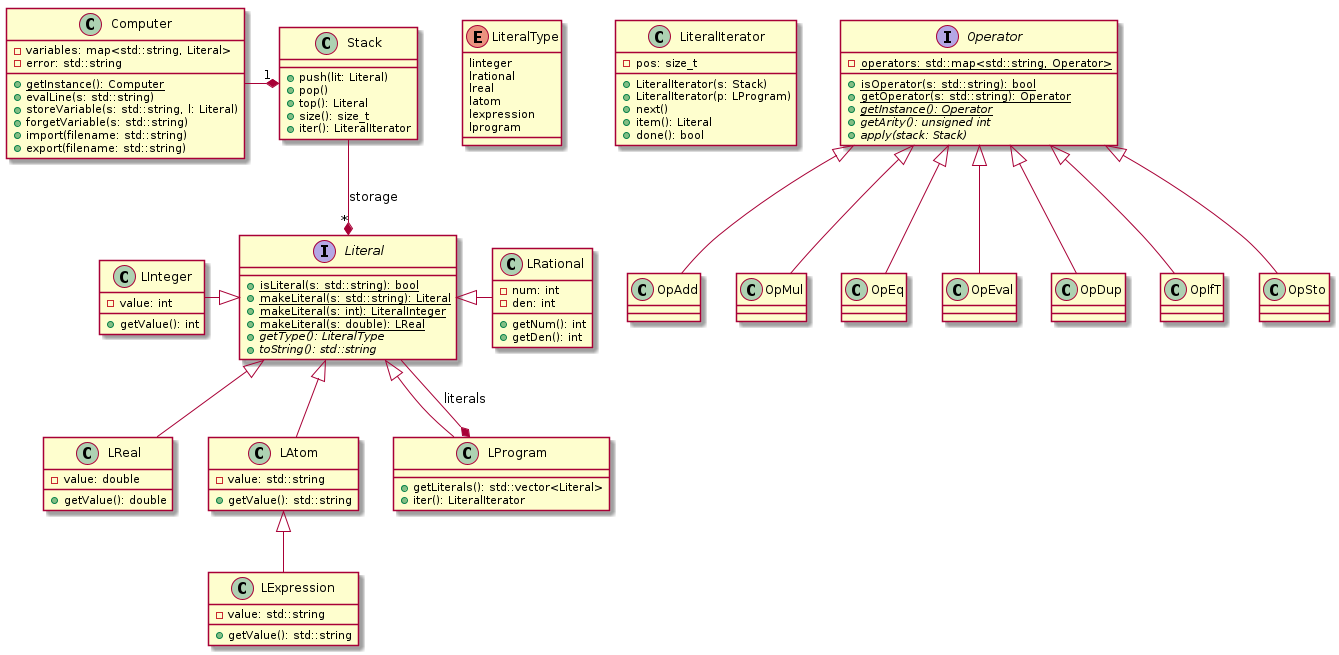
The PlantUML diagram UML/comput.png in pltheoclement/LO21, before a commit. Source of this version:
```plantuml
@startuml

class Computer{
    -variables: map<std::string, Literal>
    -error: std::string
    +{static}getInstance(): Computer
    +evalLine(s: std::string)
    +storeVariable(s: std::string, l: Literal)
    +forgetVariable(s: std::string)
    +import(filename: std::string)
    +export(filename: std::string)
}
Stack "1" *-left- Computer

enum LiteralType{
    linteger
    lrational
    lreal
    latom
    lexpression
    lprogram
}

interface Literal{
    +{static}isLiteral(s: std::string): bool
    +{static}makeLiteral(s: std::string): Literal
    +{static}makeLiteral(s: int): LiteralInteger
    +{static}makeLiteral(s: double): LReal
    +{abstract}getType(): LiteralType
    +{abstract}toString(): std::string
}

class LInteger{
    -value: int
    +getValue(): int
}
Literal <|-left- LInteger

class LRational{
    -num: int
    -den: int
    +getNum(): int
    +getDen(): int
}
Literal <|-right- LRational

class LReal{
    -value: double
    +getValue(): double
}
Literal <|-- LReal

class LAtom{
    -value: std::string
    +getValue(): std::string
}
Literal <|-- LAtom

class LExpression{
    -value: std::string
    +getValue(): std::string
}
LAtom <|-- LExpression

class LProgram{
    +getLiterals(): std::vector<Literal>
    +iter(): LiteralIterator
}
LProgram *-- Literal: literals
Literal <|-- LProgram

class Stack{
    +push(lit: Literal)
    +pop()
    +top(): Literal
    +size(): size_t
    +iter(): LiteralIterator
}
Stack --* "*" Literal: storage

class LiteralIterator{
    -pos: size_t
    +LiteralIterator(s: Stack)
    +LiteralIterator(p: LProgram)
    +next()
    +item(): Literal
    +done(): bool
}

interface Operator{
    -{static}operators: std::map<std::string, Operator>
    +{static}isOperator(s: std::string): bool
    +{static}getOperator(s: std::string): Operator
    +{static}{abstract}getInstance(): Operator
    +{abstract}getArity(): unsigned int
    +{abstract}apply(stack: Stack)
}

Operator <|-- OpAdd
Operator <|-- OpMul
Operator <|-- OpEq
Operator <|-- OpEval
Operator <|-- OpDup
Operator <|-- OpIfT
Operator <|-- OpSto
@enduml
```
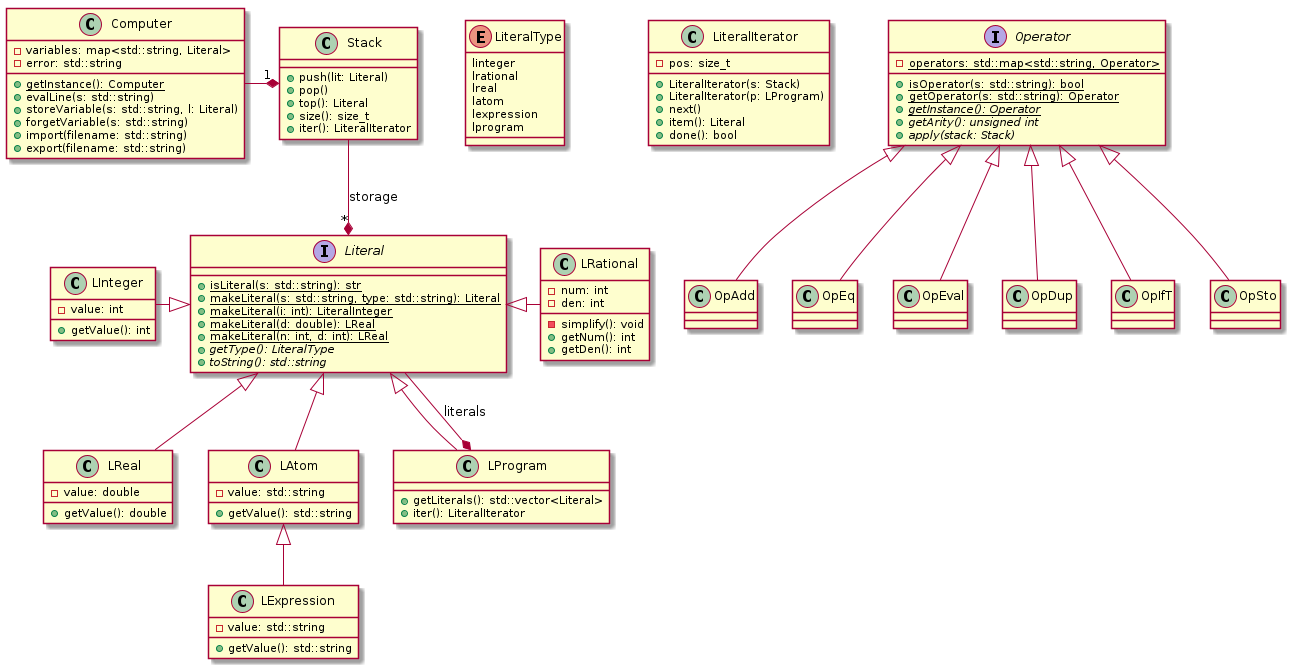
The same diagram one commit later.

Commit message:
Ajout d'un diagramme de traitement de litéral

The edit, as a diff of the source:
```diff
@@ -22,10 +22,11 @@
 }
 
 interface Literal{
-    +{static}isLiteral(s: std::string): bool
-    +{static}makeLiteral(s: std::string): Literal
-    +{static}makeLiteral(s: int): LiteralInteger
-    +{static}makeLiteral(s: double): LReal
+    +{static}isLiteral(s: std::string): str
+    +{static}makeLiteral(s: std::string, type: std::string): Literal
+    +{static}makeLiteral(i: int): LiteralInteger
+    +{static}makeLiteral(d: double): LReal
+    +{static}makeLiteral(n: int, d: int): LReal
     +{abstract}getType(): LiteralType
     +{abstract}toString(): std::string
 }
@@ -39,6 +40,7 @@
 class LRational{
     -num: int
     -den: int
+    -simplify(): void
     +getNum(): int
     +getDen(): int
 }
@@ -97,7 +99,6 @@
 }
 
 Operator <|-- OpAdd
-Operator <|-- OpMul
 Operator <|-- OpEq
 Operator <|-- OpEval
 Operator <|-- OpDup
```
